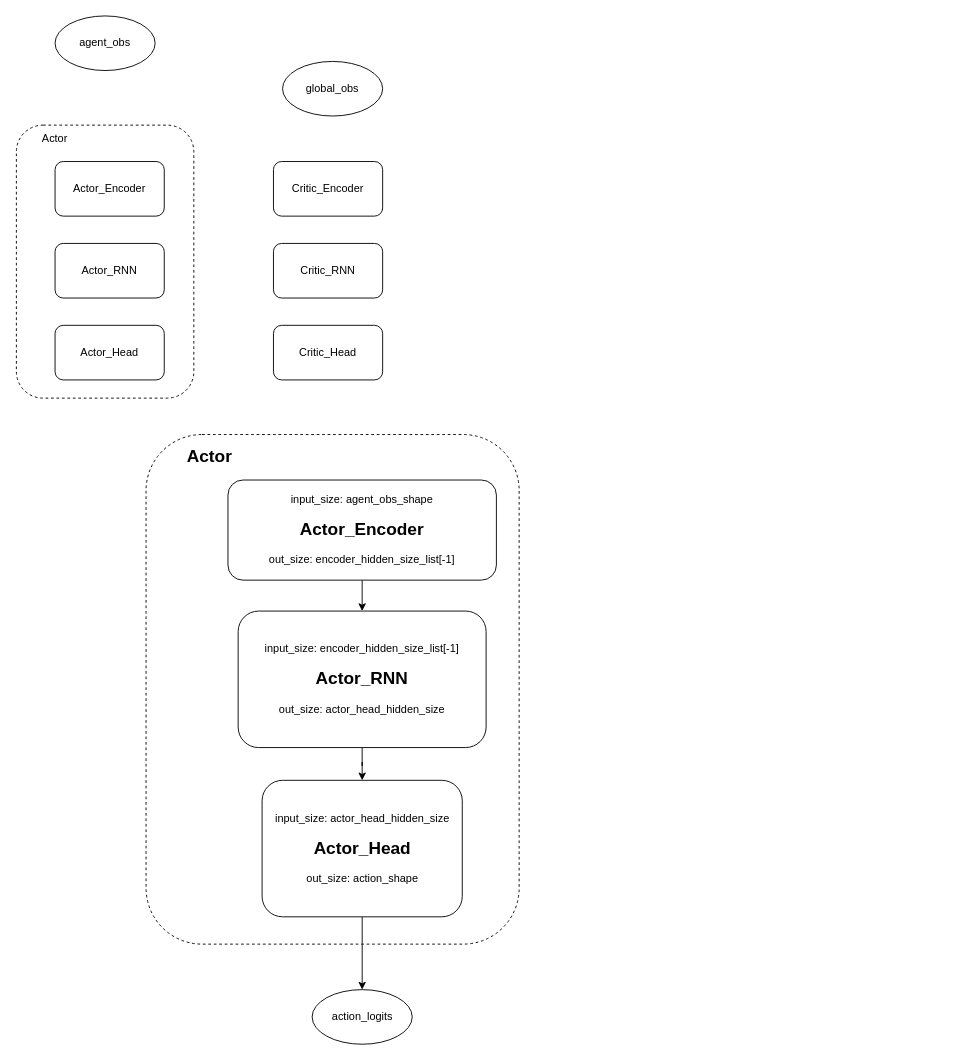
The draw.io diagram HAPPO.drawio in nighood/Diagrams, before the edit. Source tidied: cells renumbered, new cells numbered last; positions are measured from the earlier drawing's top-left corner, leaving out a move shared by most shapes. Both pictures are drawn from the tidied source at 91%, with x=0, y=0 at pixel (16, 15).
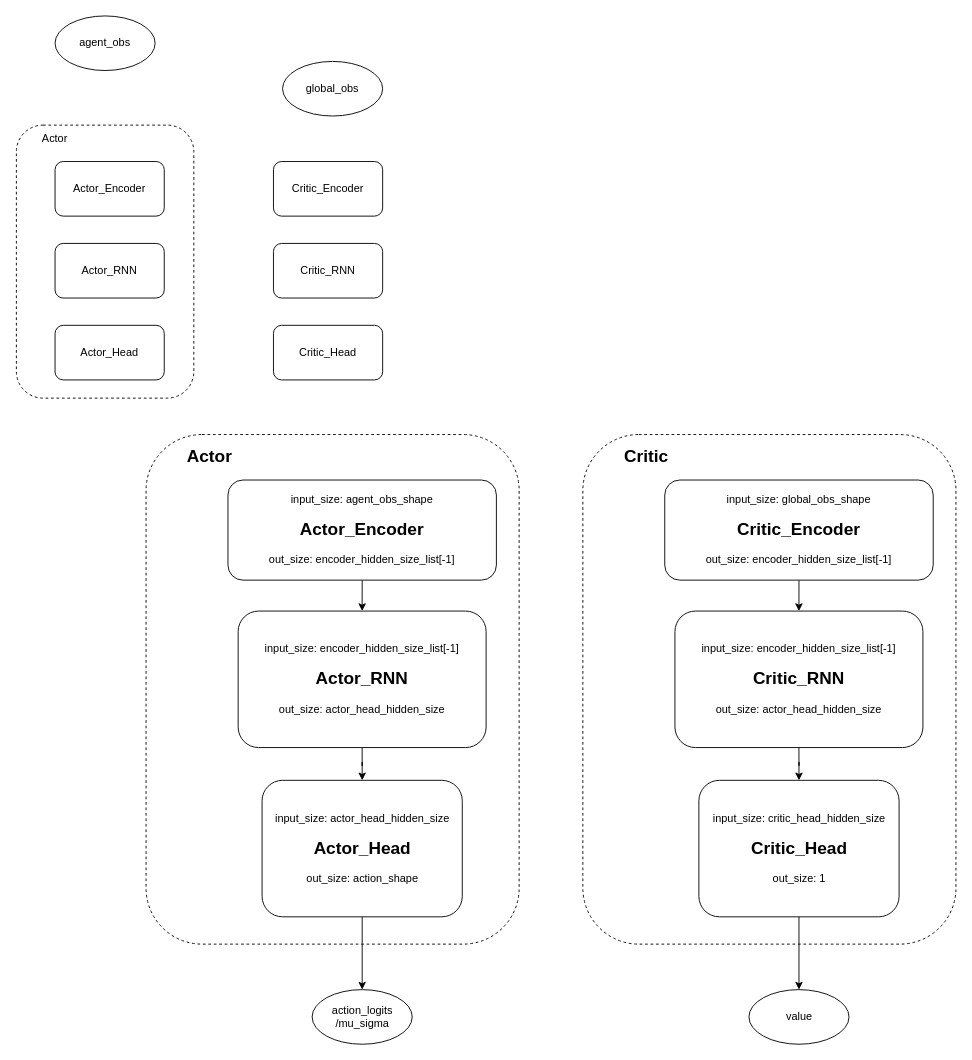
Above is the later version.

Diff of the diagram source:
```diff
@@
-    <mxCell id="20" value="action_logits" style="ellipse;whiteSpace=wrap;html=1;" parent="1" vertex="1">
+    <mxCell id="20" value="action_logits&lt;br&gt;/mu_sigma" style="ellipse;whiteSpace=wrap;html=1;" parent="1" vertex="1">
       <mxGeometry x="324.5" y="1070" width="110" height="60" as="geometry" />
     </mxCell>
+    <mxCell id="21" style="rounded=1;whiteSpace=wrap;html=1;strokeColor=default;dashed=1;fillColor=none;glass=0;" parent="1" vertex="1">
+      <mxGeometry x="622" y="460" width="410" height="560" as="geometry" />
+    </mxCell>
+    <mxCell id="22" style="edgeStyle=orthogonalEdgeStyle;rounded=0;jettySize=auto;html=1;exitX=0.5;exitY=1;exitDx=0;exitDy=0;entryX=0.5;entryY=0;entryDx=0;entryDy=0;" parent="1" edge="1" source="23" target="28">
+      <mxGeometry relative="1" as="geometry" />
+    </mxCell>
+    <mxCell id="23" value="input_size: global_obs_shape&lt;br&gt;&lt;span style=&quot;background-color: initial;&quot;&gt;&amp;nbsp;&lt;/span&gt;&lt;br&gt;&lt;font style=&quot;font-size: 19px;&quot;&gt;&lt;b style=&quot;border-color: var(--border-color);&quot;&gt;Critic&lt;/b&gt;&lt;b&gt;_Encoder&lt;/b&gt;&lt;/font&gt;&lt;br&gt;&lt;br&gt;out_size:&amp;nbsp;encoder_hidden_size_list[-1]" style="rounded=1;whiteSpace=wrap;html=1;" parent="1" vertex="1">
+      <mxGeometry x="712" y="510" width="295" height="110" as="geometry" />
+    </mxCell>
+    <mxCell id="24" style="edgeStyle=orthogonalEdgeStyle;rounded=0;jettySize=auto;html=1;exitX=0.5;exitY=1;exitDx=0;exitDy=0;" parent="1" edge="1" source="25" target="29">
+      <mxGeometry relative="1" as="geometry" />
+    </mxCell>
+    <mxCell id="25" value="input_size:&amp;nbsp;critic_head_hidden_size&lt;br&gt;&lt;br&gt;&lt;b style=&quot;border-color: var(--border-color); font-size: 19px;&quot;&gt;Critic&lt;/b&gt;&lt;b&gt;&lt;font style=&quot;font-size: 19px;&quot;&gt;_Head&lt;/font&gt;&lt;/b&gt;&lt;br&gt;&lt;br&gt;out_size:&amp;nbsp;1" style="rounded=1;whiteSpace=wrap;html=1;" parent="1" vertex="1">
+      <mxGeometry x="749.5" y="840" width="220" height="150" as="geometry" />
+    </mxCell>
+    <mxCell id="26" value="&lt;span style=&quot;font-size: 19px;&quot;&gt;&lt;b&gt;Critic&lt;/b&gt;&lt;/span&gt;" style="text;html=1;strokeColor=none;fillColor=none;align=center;verticalAlign=middle;whiteSpace=wrap;rounded=0;" parent="1" vertex="1">
+      <mxGeometry x="662" y="470" width="60" height="30" as="geometry" />
+    </mxCell>
+    <mxCell id="27" style="edgeStyle=orthogonalEdgeStyle;rounded=0;jettySize=auto;html=1;exitX=0.5;exitY=1;exitDx=0;exitDy=0;" parent="1" edge="1" source="28" target="25">
+      <mxGeometry relative="1" as="geometry" />
+    </mxCell>
+    <mxCell id="28" value="input_size: encoder_hidden_size_list[-1]&lt;br&gt;&lt;br&gt;&lt;font style=&quot;font-size: 19px;&quot;&gt;&lt;b style=&quot;border-color: var(--border-color);&quot;&gt;Critic&lt;/b&gt;&lt;b&gt;_RNN&lt;/b&gt;&lt;/font&gt;&lt;br&gt;&lt;br&gt;out_size:&amp;nbsp;actor_head_hidden_size" style="rounded=1;whiteSpace=wrap;html=1;" parent="1" vertex="1">
+      <mxGeometry x="723.2" y="654" width="272.5" height="150" as="geometry" />
+    </mxCell>
+    <mxCell id="29" value="value" style="ellipse;whiteSpace=wrap;html=1;" parent="1" vertex="1">
+      <mxGeometry x="804.5" y="1070" width="110" height="60" as="geometry" />
+    </mxCell>
```
